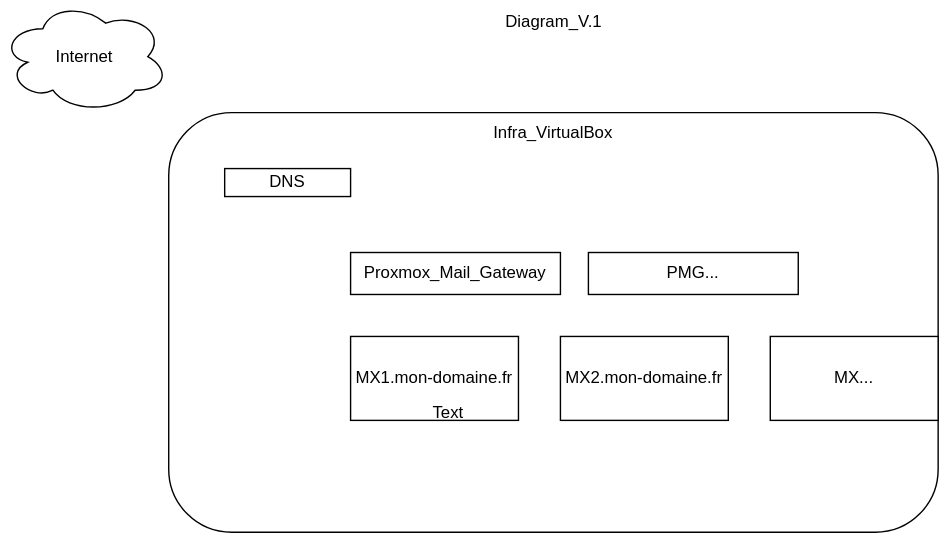
Above: projet_dawan.drawio.svg in ChrisLvr33/projet_dawan (draw.io), before the change. Source tidied: cells renumbered, new cells last; positions are measured from the earlier drawing's top-left corner, leaving out a move shared by most shapes. The source it was exported from:
```xml
<mxGraphModel>
  <root>
    <mxCell id="0" />
    <mxCell id="1" parent="0" />
    <mxCell id="2" value="Internet" style="ellipse;shape=cloud;whiteSpace=wrap;html=1;" parent="1" vertex="1">
      <mxGeometry width="120" height="80" as="geometry" />
    </mxCell>
    <mxCell id="3" style="rounded=1;whiteSpace=wrap;html=1;" parent="1" vertex="1">
      <mxGeometry x="120" y="80" width="550" height="300" as="geometry" />
    </mxCell>
    <mxCell id="4" value="DNS" style="rounded=0;whiteSpace=wrap;html=1;" parent="1" vertex="1">
      <mxGeometry x="160" y="120" width="90" height="20" as="geometry" />
    </mxCell>
    <mxCell id="5" value="Infra_VirtualBox" style="text;html=1;strokeColor=none;fillColor=none;align=center;verticalAlign=middle;whiteSpace=wrap;rounded=0;" parent="1" vertex="1">
      <mxGeometry x="365" y="80" width="60" height="30" as="geometry" />
    </mxCell>
    <mxCell id="6" value="Proxmox_Mail_Gateway" style="rounded=0;whiteSpace=wrap;html=1;" parent="1" vertex="1">
      <mxGeometry x="250" y="180" width="150" height="30" as="geometry" />
    </mxCell>
    <mxCell id="7" value="MX1.mon-domaine.fr" style="rounded=0;whiteSpace=wrap;html=1;" parent="1" vertex="1">
      <mxGeometry x="250" y="240" width="120" height="60" as="geometry" />
    </mxCell>
    <mxCell id="8" value="MX2.mon-domaine.fr" style="rounded=0;whiteSpace=wrap;html=1;" parent="1" vertex="1">
      <mxGeometry x="400" y="240" width="120" height="60" as="geometry" />
    </mxCell>
    <mxCell id="9" style="edgeStyle=orthogonalEdgeStyle;rounded=0;orthogonalLoop=1;jettySize=auto;html=1;exitX=0.5;exitY=1;exitDx=0;exitDy=0;" parent="1" edge="1" source="7" target="7">
      <mxGeometry relative="1" as="geometry" />
    </mxCell>
    <mxCell id="10" value="MX..." style="rounded=0;whiteSpace=wrap;html=1;" parent="1" vertex="1">
      <mxGeometry x="550" y="240" width="120" height="60" as="geometry" />
    </mxCell>
    <mxCell id="11" value="PMG..." style="rounded=0;whiteSpace=wrap;html=1;" parent="1" vertex="1">
      <mxGeometry x="420" y="180" width="150" height="30" as="geometry" />
    </mxCell>
    <mxCell id="12" value="Text" style="text;html=1;strokeColor=none;fillColor=none;align=center;verticalAlign=middle;whiteSpace=wrap;rounded=0;" parent="1" vertex="1">
      <mxGeometry x="290" y="280" width="60" height="30" as="geometry" />
    </mxCell>
    <mxCell id="13" value="Diagram_V.1" style="text;html=1;align=center;verticalAlign=middle;strokeColor=none;fillColor=none;" parent="1" vertex="1">
      <mxGeometry x="350" width="90" height="30" as="geometry" />
    </mxCell>
  </root>
</mxGraphModel>
```
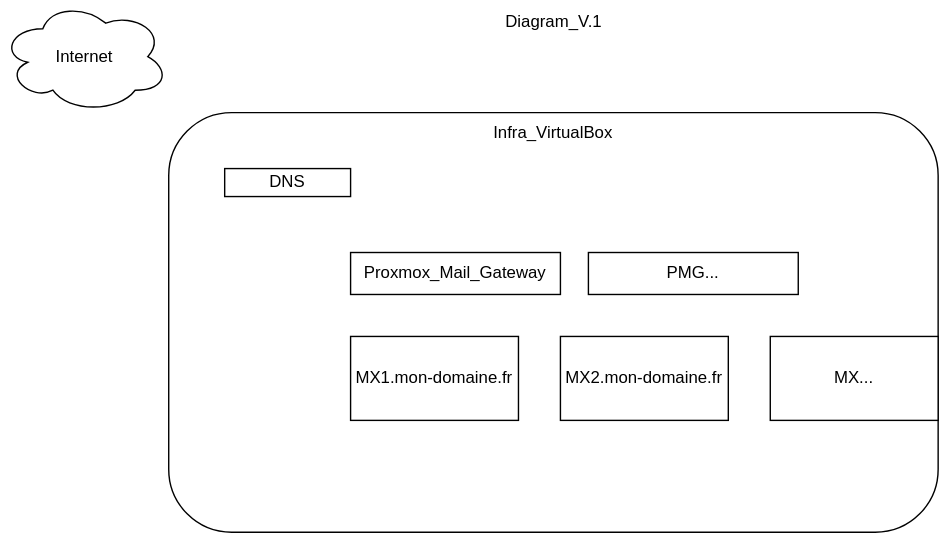
After the change.

Commit message:
Mettre à jour projet_dawan.drawio.svg

What changed in the source:
```diff
@@ -32,9 +32,6 @@
     <mxCell id="11" value="PMG..." style="rounded=0;whiteSpace=wrap;html=1;" parent="1" vertex="1">
       <mxGeometry x="420" y="180" width="150" height="30" as="geometry" />
     </mxCell>
-    <mxCell id="12" value="Text" style="text;html=1;strokeColor=none;fillColor=none;align=center;verticalAlign=middle;whiteSpace=wrap;rounded=0;" parent="1" vertex="1">
-      <mxGeometry x="290" y="280" width="60" height="30" as="geometry" />
-    </mxCell>
     <mxCell id="13" value="Diagram_V.1" style="text;html=1;align=center;verticalAlign=middle;strokeColor=none;fillColor=none;" parent="1" vertex="1">
       <mxGeometry x="350" width="90" height="30" as="geometry" />
     </mxCell>
```
